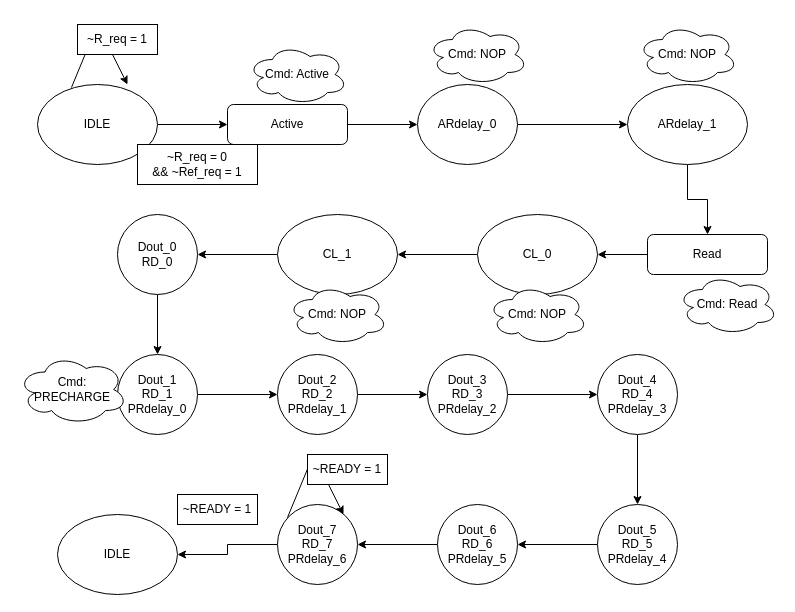
Above: Untitled Diagram.drawio in lnguyen921/Digital_system (draw.io), before the change. Source tidied: cells renumbered, new cells numbered last; positions are measured from the earlier drawing's top-left corner, leaving out a move shared by most shapes. Both pictures are drawn from the tidied source at 100%, with x=0, y=0 at pixel (17, 24).
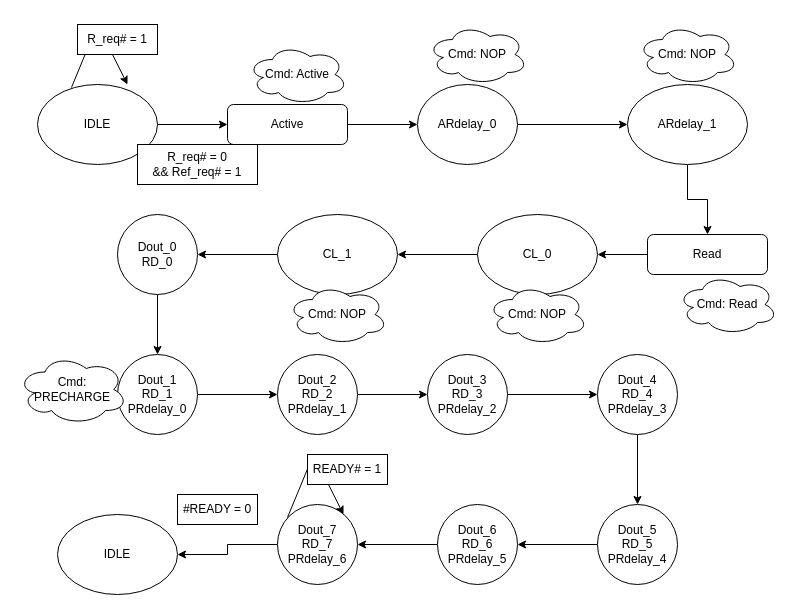
The same page after the edit.

Diff of the diagram source:
```diff
@@
-    <mxCell id="11" value="~R_req = 1" style="rounded=0;whiteSpace=wrap;html=1;" parent="1" vertex="1">
+    <mxCell id="11" value="R_req# = 1" style="rounded=0;whiteSpace=wrap;html=1;" parent="1" vertex="1">
       <mxGeometry x="60" width="80" height="30" as="geometry" />
     </mxCell>
-    <mxCell id="12" value="~R_req = 0&lt;div&gt;&amp;amp;&amp;amp; ~Ref_req = 1&lt;/div&gt;" style="rounded=0;whiteSpace=wrap;html=1;" parent="1" vertex="1">
+    <mxCell id="12" value="R_req# = 0&lt;div&gt;&amp;amp;&amp;amp; Ref_req# = 1&lt;/div&gt;" style="rounded=0;whiteSpace=wrap;html=1;" parent="1" vertex="1">
       <mxGeometry x="120" y="120" width="120" height="40" as="geometry" />
     </mxCell>
@@
-    <mxCell id="43" value="~READY = 1" style="rounded=0;whiteSpace=wrap;html=1;" parent="1" vertex="1">
+    <mxCell id="43" value="READY# = 1" style="rounded=0;whiteSpace=wrap;html=1;" parent="1" vertex="1">
       <mxGeometry x="290" y="430" width="80" height="30" as="geometry" />
     </mxCell>
-    <mxCell id="44" value="~READY = 1" style="rounded=0;whiteSpace=wrap;html=1;" parent="1" vertex="1">
+    <mxCell id="44" value="#READY = 0" style="rounded=0;whiteSpace=wrap;html=1;" parent="1" vertex="1">
       <mxGeometry x="160" y="470" width="80" height="30" as="geometry" />
     </mxCell>
```
